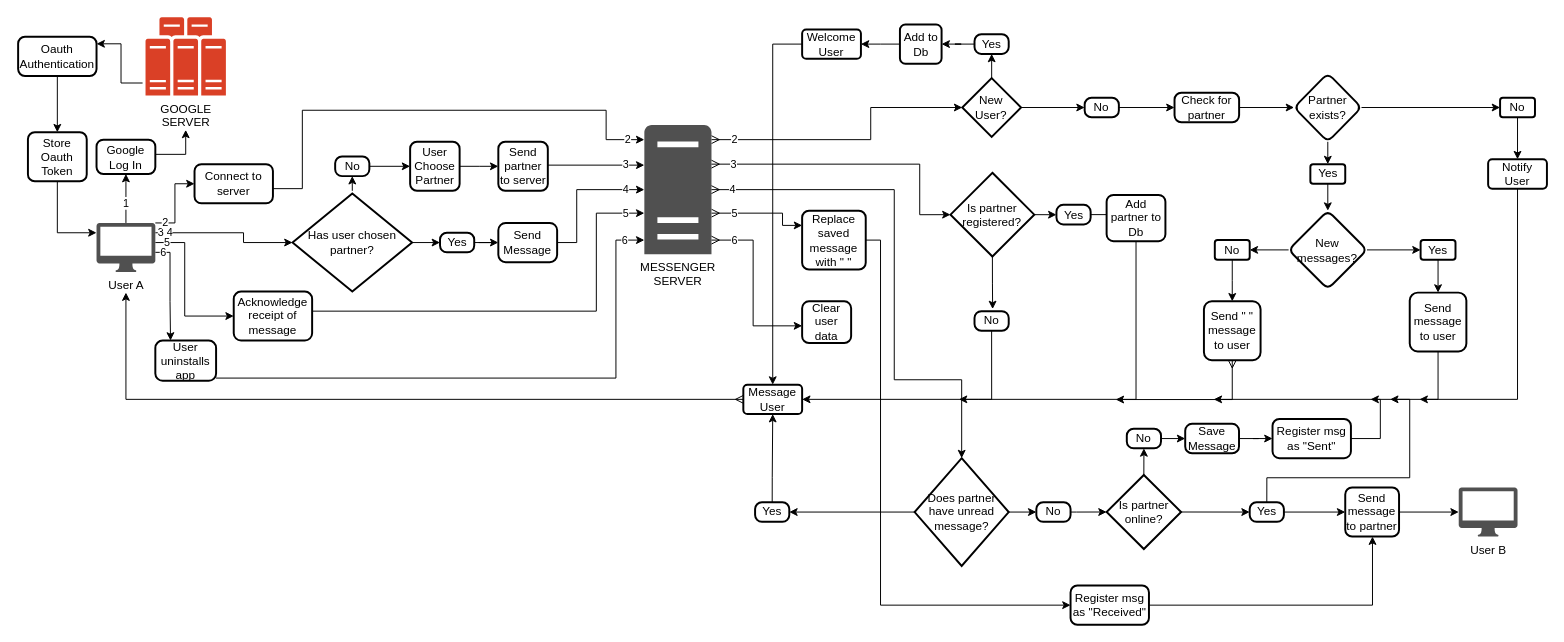
Before: mini_messenger_flowchart.drawio in gitupwithit/mini_messenger_extension, a draw.io diagram. Source tidied: cells renumbered, new cells numbered last; positions are measured from the earlier drawing's top-left corner, leaving out a move shared by most shapes. Both pictures are drawn from the tidied source at 98%, with x=0, y=0 at pixel (18, 17).
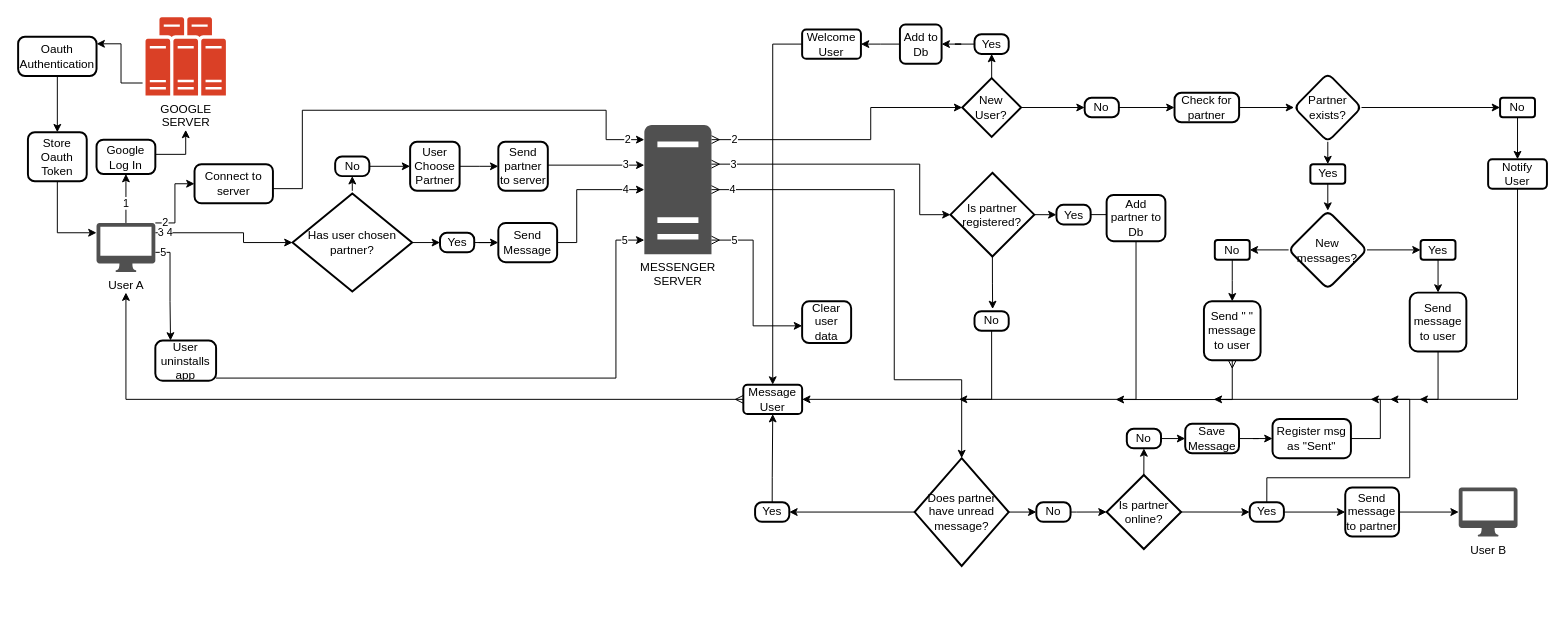
The same page after the edit.

The change refers to these unchanged cells:
```xml
<mxCell id="7" value="User A" style="sketch=0;shadow=0;dashed=0;html=1;strokeColor=none;fillColor=#505050;labelPosition=center;verticalLabelPosition=bottom;verticalAlign=top;outlineConnect=0;align=center;shape=mxgraph.office.devices.mac_client;points=[[0.02,0.06,0,0,0],[0.5,1,0,0,21]];" parent="1" vertex="1">
  <mxGeometry x="80" y="210" width="60" height="50" as="geometry" />
</mxCell>
<mxCell id="12" value="MESSENGER&lt;br&gt;SERVER" style="sketch=0;shadow=0;dashed=0;html=1;strokeColor=none;fillColor=#505050;labelPosition=center;verticalLabelPosition=bottom;verticalAlign=top;outlineConnect=0;align=center;shape=mxgraph.office.servers.server_generic;points=[[0.11,0.94,0,0,0],[0.5,1,0,0,34],[1,1,0,2,3]];" parent="1" vertex="1">
  <mxGeometry x="639" y="110" width="68.5" height="132" as="geometry" />
</mxCell>
<mxCell id="84" value="Send message to partner" style="rounded=1;whiteSpace=wrap;html=1;absoluteArcSize=1;arcSize=14;strokeWidth=2;" parent="1" vertex="1">
  <mxGeometry x="1354.2" y="480" width="54.9" height="50" as="geometry" />
</mxCell>
<mxCell id="105" value="User uninstalls app" style="rounded=1;whiteSpace=wrap;html=1;absoluteArcSize=1;arcSize=15;strokeWidth=2;" parent="1" vertex="1">
  <mxGeometry x="140" y="330" width="62" height="41.1" as="geometry" />
</mxCell>
```

Change to the diagram source:
```diff
@@
-    <mxCell id="5" value="5" style="edgeStyle=orthogonalEdgeStyle;rounded=0;jettySize=auto;html=1;entryX=0;entryY=0.5;entryDx=0;entryDy=0;" parent="1" edge="1" source="7" target="95">
-      <mxGeometry x="-0.84" relative="1" as="geometry">
-        <Array as="points">
-          <mxPoint x="170" y="230" />
-          <mxPoint x="170" y="305" />
-        </Array>
-      </mxGeometry>
-    </mxCell>
-    <mxCell id="6" value="6" style="edgeStyle=orthogonalEdgeStyle;rounded=0;jettySize=auto;html=1;entryX=0.25;entryY=0;entryDx=0;entryDy=0;" parent="1" edge="1" source="7" target="105">
+    <mxCell id="6" value="5" style="edgeStyle=orthogonalEdgeStyle;rounded=0;jettySize=auto;html=1;entryX=0.25;entryY=0;entryDx=0;entryDy=0;" parent="1" edge="1" source="7" target="105">
       <mxGeometry x="-0.84" relative="1" as="geometry">
         <Array as="points">
           <mxPoint x="155" y="240" />
           <mxPoint x="155" y="290" />
           <mxPoint x="156" y="290" />
         </Array>
       </mxGeometry>
     </mxCell>
@@
-    <mxCell id="11" value="5" style="edgeStyle=orthogonalEdgeStyle;rounded=0;jettySize=auto;html=1;entryX=0;entryY=0.25;entryDx=0;entryDy=0;startArrow=ERmany;startFill=0;" parent="1" edge="1" source="12" target="97">
-      <mxGeometry x="-0.57" relative="1" as="geometry">
-        <Array as="points">
-          <mxPoint x="780" y="200" />
-          <mxPoint x="780" y="213" />
-        </Array>
-      </mxGeometry>
-    </mxCell>
@@
-    <mxCell id="94" value="5" style="edgeStyle=orthogonalEdgeStyle;rounded=0;orthogonalLoop=1;jettySize=auto;html=1;exitX=1;exitY=0.5;exitDx=0;exitDy=0;" parent="1" edge="1">
-      <mxGeometry x="0.92" relative="1" as="geometry">
-        <mxPoint x="270" y="300" as="sourcePoint" />
-        <mxPoint x="639" y="200" as="targetPoint" />
-        <Array as="points">
-          <mxPoint x="590" y="300" />
-          <mxPoint x="590" y="200" />
-        </Array>
-      </mxGeometry>
-    </mxCell>
-    <mxCell id="95" value="Acknowledge receipt of message" style="rounded=1;whiteSpace=wrap;html=1;absoluteArcSize=1;arcSize=15;strokeWidth=2;" parent="1" vertex="1">
-      <mxGeometry x="220" y="280" width="80" height="50" as="geometry" />
-    </mxCell>
-    <mxCell id="96" style="edgeStyle=orthogonalEdgeStyle;rounded=0;jettySize=auto;html=1;exitX=1;exitY=0.5;exitDx=0;exitDy=0;" parent="1" edge="1" source="109" target="84">
-      <mxGeometry relative="1" as="geometry">
-        <Array as="points">
-          <mxPoint x="1382" y="600" />
-        </Array>
-      </mxGeometry>
-    </mxCell>
-    <mxCell id="97" value="Replace saved message with &quot; &quot;" style="rounded=1;whiteSpace=wrap;html=1;absoluteArcSize=1;arcSize=14;strokeWidth=2;" parent="1" vertex="1">
-      <mxGeometry x="800" y="197.5" width="64.9" height="60" as="geometry" />
-    </mxCell>
@@
-    <mxCell id="104" value="6" style="edgeStyle=orthogonalEdgeStyle;rounded=0;orthogonalLoop=1;jettySize=auto;html=1;exitX=1;exitY=0.75;exitDx=0;exitDy=0;" parent="1" edge="1">
+    <mxCell id="104" value="5" style="edgeStyle=orthogonalEdgeStyle;rounded=0;orthogonalLoop=1;jettySize=auto;html=1;exitX=1;exitY=0.75;exitDx=0;exitDy=0;" parent="1" edge="1">
       <mxGeometry x="0.93" relative="1" as="geometry">
         <mxPoint x="202" y="368.3" as="sourcePoint" />
         <mxPoint x="639" y="227.5" as="targetPoint" />
         <Array as="points">
           <mxPoint x="610" y="368.5" />
           <mxPoint x="610" y="227.5" />
         </Array>
       </mxGeometry>
     </mxCell>
@@
-    <mxCell id="107" value="6" style="edgeStyle=orthogonalEdgeStyle;rounded=0;orthogonalLoop=1;jettySize=auto;html=1;entryX=0;entryY=0.5;entryDx=0;entryDy=0;startArrow=ERmany;startFill=0;" parent="1" edge="1">
+    <mxCell id="107" value="5" style="edgeStyle=orthogonalEdgeStyle;rounded=0;orthogonalLoop=1;jettySize=auto;html=1;entryX=0;entryY=0.5;entryDx=0;entryDy=0;startArrow=ERmany;startFill=0;" parent="1" edge="1">
       <mxGeometry x="-0.75" relative="1" as="geometry">
         <mxPoint x="707.5" y="227.5" as="sourcePoint" />
         <mxPoint x="800" y="315" as="targetPoint" />
         <Array as="points">
           <mxPoint x="750" y="227.5" />
           <mxPoint x="750" y="315.5" />
         </Array>
       </mxGeometry>
     </mxCell>
-    <mxCell id="108" style="edgeStyle=orthogonalEdgeStyle;rounded=0;jettySize=auto;html=1;exitX=1;exitY=0.5;exitDx=0;exitDy=0;" parent="1" edge="1" source="97" target="109">
-      <mxGeometry relative="1" as="geometry">
-        <Array as="points">
-          <mxPoint x="880" y="228" />
-          <mxPoint x="880" y="600" />
-        </Array>
-      </mxGeometry>
-    </mxCell>
-    <mxCell id="109" value="Register msg as &quot;Received&quot;" style="rounded=1;whiteSpace=wrap;html=1;absoluteArcSize=1;arcSize=14;strokeWidth=2;" parent="1" vertex="1">
-      <mxGeometry x="1073.9" y="580" width="80" height="40" as="geometry" />
-    </mxCell>
```
